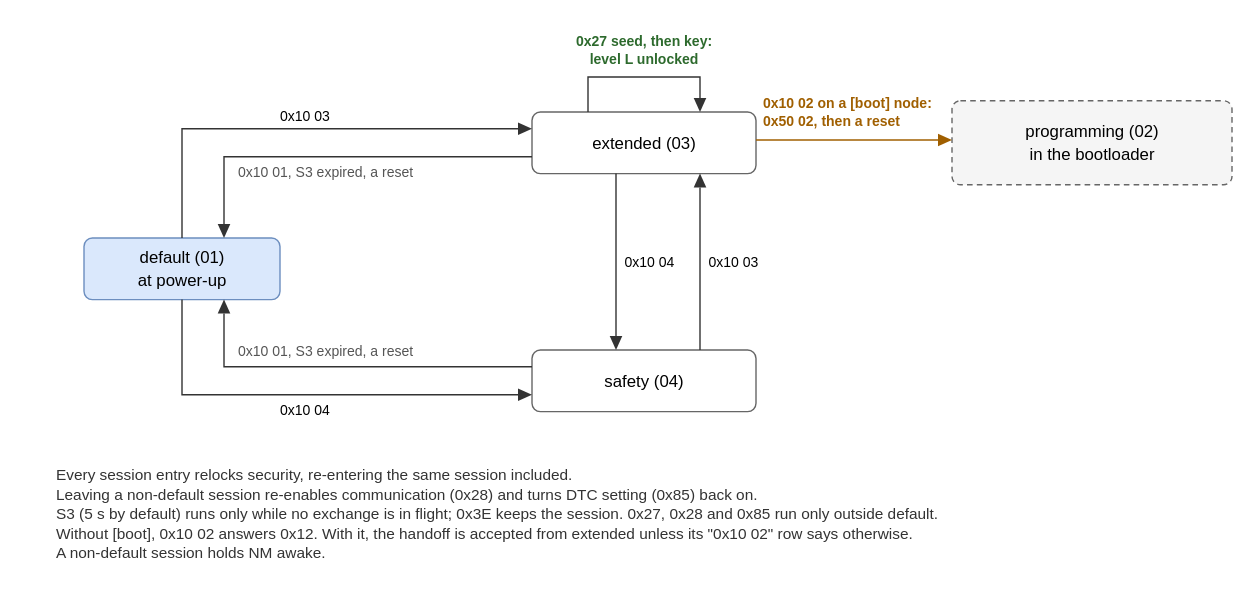
Before: docs/diagnostics-sessions.drawio.svg, a diagram exported from draw.io (MartenH/blobly_emb). Source tidied: cells renumbered, new cells last; positions are measured from the earlier drawing's top-left corner, leaving out a move shared by most shapes. Source of this version:
```xml
<mxGraphModel background="#ffffff">
  <root>
    <mxCell id="0" />
    <mxCell id="1" parent="0" />
    <mxCell id="2" value="default (01)&#10;at power-up" style="rounded=1;absoluteArcSize=1;arcSize=12;html=0;whiteSpace=wrap;fillColor=#dae8fc;strokeColor=#6c8ebf;fontSize=12;fontColor=#000000;" parent="1" vertex="1">
      <mxGeometry x="20" y="148" width="140" height="44" as="geometry" />
    </mxCell>
    <mxCell id="3" value="extended (03)" style="rounded=1;absoluteArcSize=1;arcSize=12;html=0;whiteSpace=wrap;fillColor=#ffffff;strokeColor=#666666;fontSize=12;fontColor=#000000;" parent="1" vertex="1">
      <mxGeometry x="340" y="58" width="160" height="44" as="geometry" />
    </mxCell>
    <mxCell id="4" value="safety (04)" style="rounded=1;absoluteArcSize=1;arcSize=12;html=0;whiteSpace=wrap;fillColor=#ffffff;strokeColor=#666666;fontSize=12;fontColor=#000000;" parent="1" vertex="1">
      <mxGeometry x="340" y="228" width="160" height="44" as="geometry" />
    </mxCell>
    <mxCell id="5" value="programming (02)&#10;in the bootloader" style="rounded=1;absoluteArcSize=1;arcSize=12;html=0;whiteSpace=wrap;fillColor=#f5f5f5;strokeColor=#666666;fontSize=12;fontColor=#000000;dashed=1;" parent="1" vertex="1">
      <mxGeometry x="640" y="50" width="200" height="60" as="geometry" />
    </mxCell>
    <mxCell id="6" style="edgeStyle=none;html=0;rounded=0;strokeColor=#333333;endArrow=block;endFill=1;endSize=8;" parent="1" edge="1">
      <mxGeometry relative="1" as="geometry">
        <mxPoint x="90" y="148" as="sourcePoint" />
        <mxPoint x="340" y="70" as="targetPoint" />
        <Array as="points">
          <mxPoint x="90" y="70" />
        </Array>
      </mxGeometry>
    </mxCell>
    <mxCell id="7" value="0x10 03" style="text;html=0;strokeColor=none;fillColor=none;align=left;verticalAlign=middle;fontSize=10;fontColor=#000000;spacingLeft=0;spacingTop=0;" parent="1" vertex="1">
      <mxGeometry x="160" y="54" width="160" height="14" as="geometry" />
    </mxCell>
    <mxCell id="8" style="edgeStyle=none;html=0;rounded=0;strokeColor=#333333;endArrow=block;endFill=1;endSize=8;" parent="1" edge="1">
      <mxGeometry relative="1" as="geometry">
        <mxPoint x="340" y="90" as="sourcePoint" />
        <mxPoint x="120" y="148" as="targetPoint" />
        <Array as="points">
          <mxPoint x="120" y="90" />
        </Array>
      </mxGeometry>
    </mxCell>
    <mxCell id="9" value="0x10 01, S3 expired, a reset" style="text;html=0;strokeColor=none;fillColor=none;align=left;verticalAlign=middle;fontSize=10;fontColor=#555555;spacingLeft=0;spacingTop=0;" parent="1" vertex="1">
      <mxGeometry x="130" y="94" width="205" height="14" as="geometry" />
    </mxCell>
    <mxCell id="10" style="edgeStyle=none;html=0;rounded=0;strokeColor=#333333;endArrow=block;endFill=1;endSize=8;" parent="1" edge="1">
      <mxGeometry relative="1" as="geometry">
        <mxPoint x="90" y="192" as="sourcePoint" />
        <mxPoint x="340" y="260" as="targetPoint" />
        <Array as="points">
          <mxPoint x="90" y="260" />
        </Array>
      </mxGeometry>
    </mxCell>
    <mxCell id="11" value="0x10 04" style="text;html=0;strokeColor=none;fillColor=none;align=left;verticalAlign=middle;fontSize=10;fontColor=#000000;spacingLeft=0;spacingTop=0;" parent="1" vertex="1">
      <mxGeometry x="160" y="264" width="160" height="14" as="geometry" />
    </mxCell>
    <mxCell id="12" style="edgeStyle=none;html=0;rounded=0;strokeColor=#333333;endArrow=block;endFill=1;endSize=8;" parent="1" edge="1">
      <mxGeometry relative="1" as="geometry">
        <mxPoint x="340" y="240" as="sourcePoint" />
        <mxPoint x="120" y="192" as="targetPoint" />
        <Array as="points">
          <mxPoint x="120" y="240" />
        </Array>
      </mxGeometry>
    </mxCell>
    <mxCell id="13" value="0x10 01, S3 expired, a reset" style="text;html=0;strokeColor=none;fillColor=none;align=left;verticalAlign=middle;fontSize=10;fontColor=#555555;spacingLeft=0;spacingTop=0;" parent="1" vertex="1">
      <mxGeometry x="130" y="222" width="205" height="14" as="geometry" />
    </mxCell>
    <mxCell id="14" style="edgeStyle=none;html=0;rounded=0;strokeColor=#333333;endArrow=block;endFill=1;endSize=8;" parent="1" edge="1">
      <mxGeometry relative="1" as="geometry">
        <mxPoint x="400" y="102" as="sourcePoint" />
        <mxPoint x="400" y="228" as="targetPoint" />
      </mxGeometry>
    </mxCell>
    <mxCell id="15" value="0x10 04" style="text;html=0;strokeColor=none;fillColor=none;align=left;verticalAlign=middle;fontSize=10;fontColor=#000000;spacingLeft=0;spacingTop=0;" parent="1" vertex="1">
      <mxGeometry x="406" y="158" width="50" height="14" as="geometry" />
    </mxCell>
    <mxCell id="16" style="edgeStyle=none;html=0;rounded=0;strokeColor=#333333;endArrow=block;endFill=1;endSize=8;" parent="1" edge="1">
      <mxGeometry relative="1" as="geometry">
        <mxPoint x="460" y="228" as="sourcePoint" />
        <mxPoint x="460" y="102" as="targetPoint" />
      </mxGeometry>
    </mxCell>
    <mxCell id="17" value="0x10 03" style="text;html=0;strokeColor=none;fillColor=none;align=left;verticalAlign=middle;fontSize=10;fontColor=#000000;spacingLeft=0;spacingTop=0;" parent="1" vertex="1">
      <mxGeometry x="466" y="158" width="50" height="14" as="geometry" />
    </mxCell>
    <mxCell id="18" style="edgeStyle=none;html=0;rounded=0;strokeColor=#333333;endArrow=block;endFill=1;endSize=8;" parent="1" edge="1">
      <mxGeometry relative="1" as="geometry">
        <mxPoint x="380" y="58" as="sourcePoint" />
        <mxPoint x="460" y="58" as="targetPoint" />
        <Array as="points">
          <mxPoint x="380" y="33" />
          <mxPoint x="460" y="33" />
        </Array>
      </mxGeometry>
    </mxCell>
    <mxCell id="19" value="0x27 seed, then key:&#10;level L unlocked" style="text;html=0;strokeColor=none;fillColor=none;align=center;verticalAlign=middle;fontSize=10;fontColor=#2d6a2d;spacingLeft=0;spacingTop=0;fontStyle=1;" parent="1" vertex="1">
      <mxGeometry x="320" width="200" height="28" as="geometry" />
    </mxCell>
    <mxCell id="20" style="edgeStyle=none;html=0;rounded=0;strokeColor=#a05f00;endArrow=block;endFill=1;endSize=8;" parent="1" edge="1">
      <mxGeometry relative="1" as="geometry">
        <mxPoint x="500" y="78" as="sourcePoint" />
        <mxPoint x="640" y="78" as="targetPoint" />
      </mxGeometry>
    </mxCell>
    <mxCell id="21" value="0x10 02 on a [boot] node:&#10;0x50 02, then a reset" style="text;html=0;strokeColor=none;fillColor=none;align=left;verticalAlign=middle;fontSize=10;fontColor=#a05f00;spacingLeft=0;spacingTop=0;fontStyle=1;" parent="1" vertex="1">
      <mxGeometry x="505" y="44" width="132" height="28" as="geometry" />
    </mxCell>
    <mxCell id="22" value="Every session entry relocks security, re-entering the same session included.&#10;Leaving a non-default session re-enables communication (0x28) and turns DTC setting (0x85) back on.&#10;S3 (5 s by default) runs only while no exchange is in flight; 0x3E keeps the session. 0x27, 0x28 and 0x85 run only outside default.&#10;Without [boot], 0x10 02 answers 0x12. With it, the handoff is accepted from extended unless its &quot;0x10 02&quot; row says otherwise.&#10;A non-default session holds NM awake." style="text;html=0;strokeColor=none;fillColor=none;align=left;verticalAlign=top;fontSize=11;fontColor=#333333;spacingLeft=0;spacingTop=0;" parent="1" vertex="1">
      <mxGeometry y="308" width="840" height="90" as="geometry" />
    </mxCell>
  </root>
</mxGraphModel>
```
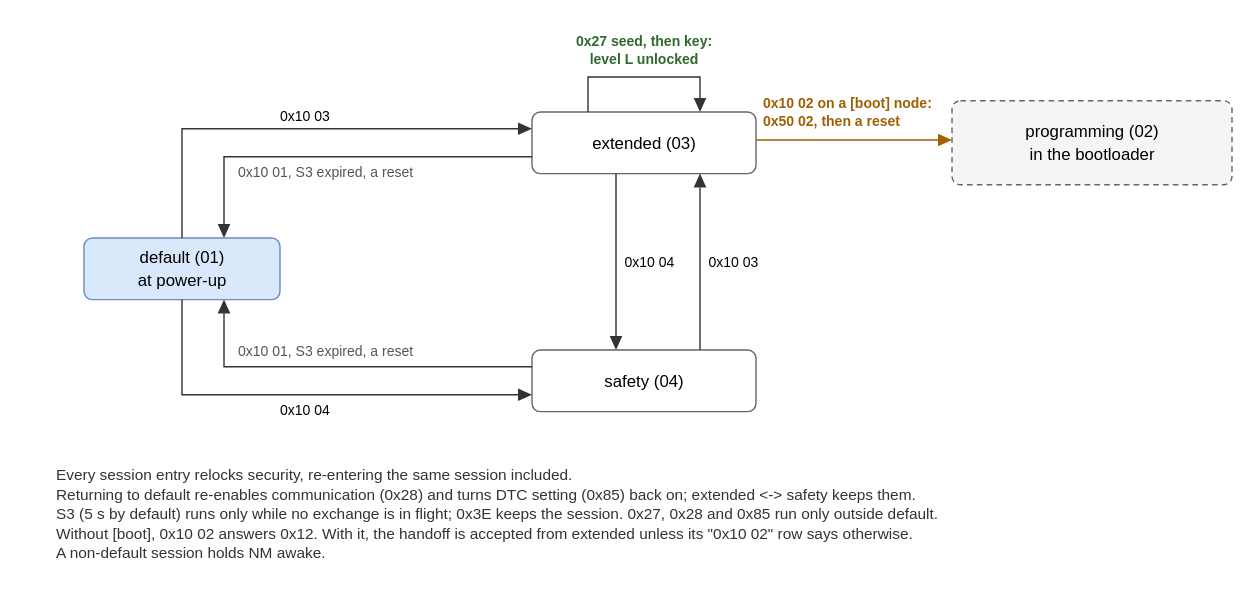
The same file after the commit.

Commit message:
diagnostics.md: the local codex round's corrections

- writable = true with no write gate is writable in every session with no level (legacy opt-in)
- the sessions diagram: only a return to default restores 0x28 and 0x85
- the worst-case stall includes an inline compaction's copy of the whole live set
- the snapshot age bound adds the passes' own execution time
- a non-NM node may erase in the flush after an ECUReset's answer
- a live DID carries an integer or a bool, never a float

What changed in the source:
```diff
@@ -102,7 +102,7 @@
     <mxCell id="21" value="0x10 02 on a [boot] node:&#10;0x50 02, then a reset" style="text;html=0;strokeColor=none;fillColor=none;align=left;verticalAlign=middle;fontSize=10;fontColor=#a05f00;spacingLeft=0;spacingTop=0;fontStyle=1;" parent="1" vertex="1">
       <mxGeometry x="505" y="44" width="132" height="28" as="geometry" />
     </mxCell>
-    <mxCell id="22" value="Every session entry relocks security, re-entering the same session included.&#10;Leaving a non-default session re-enables communication (0x28) and turns DTC setting (0x85) back on.&#10;S3 (5 s by default) runs only while no exchange is in flight; 0x3E keeps the session. 0x27, 0x28 and 0x85 run only outside default.&#10;Without [boot], 0x10 02 answers 0x12. With it, the handoff is accepted from extended unless its &quot;0x10 02&quot; row says otherwise.&#10;A non-default session holds NM awake." style="text;html=0;strokeColor=none;fillColor=none;align=left;verticalAlign=top;fontSize=11;fontColor=#333333;spacingLeft=0;spacingTop=0;" parent="1" vertex="1">
+    <mxCell id="22" value="Every session entry relocks security, re-entering the same session included.&#10;Returning to default re-enables communication (0x28) and turns DTC setting (0x85) back on; extended &lt;-&gt; safety keeps them.&#10;S3 (5 s by default) runs only while no exchange is in flight; 0x3E keeps the session. 0x27, 0x28 and 0x85 run only outside default.&#10;Without [boot], 0x10 02 answers 0x12. With it, the handoff is accepted from extended unless its &quot;0x10 02&quot; row says otherwise.&#10;A non-default session holds NM awake." style="text;html=0;strokeColor=none;fillColor=none;align=left;verticalAlign=top;fontSize=11;fontColor=#333333;spacingLeft=0;spacingTop=0;" parent="1" vertex="1">
       <mxGeometry y="308" width="840" height="90" as="geometry" />
     </mxCell>
   </root>
```
